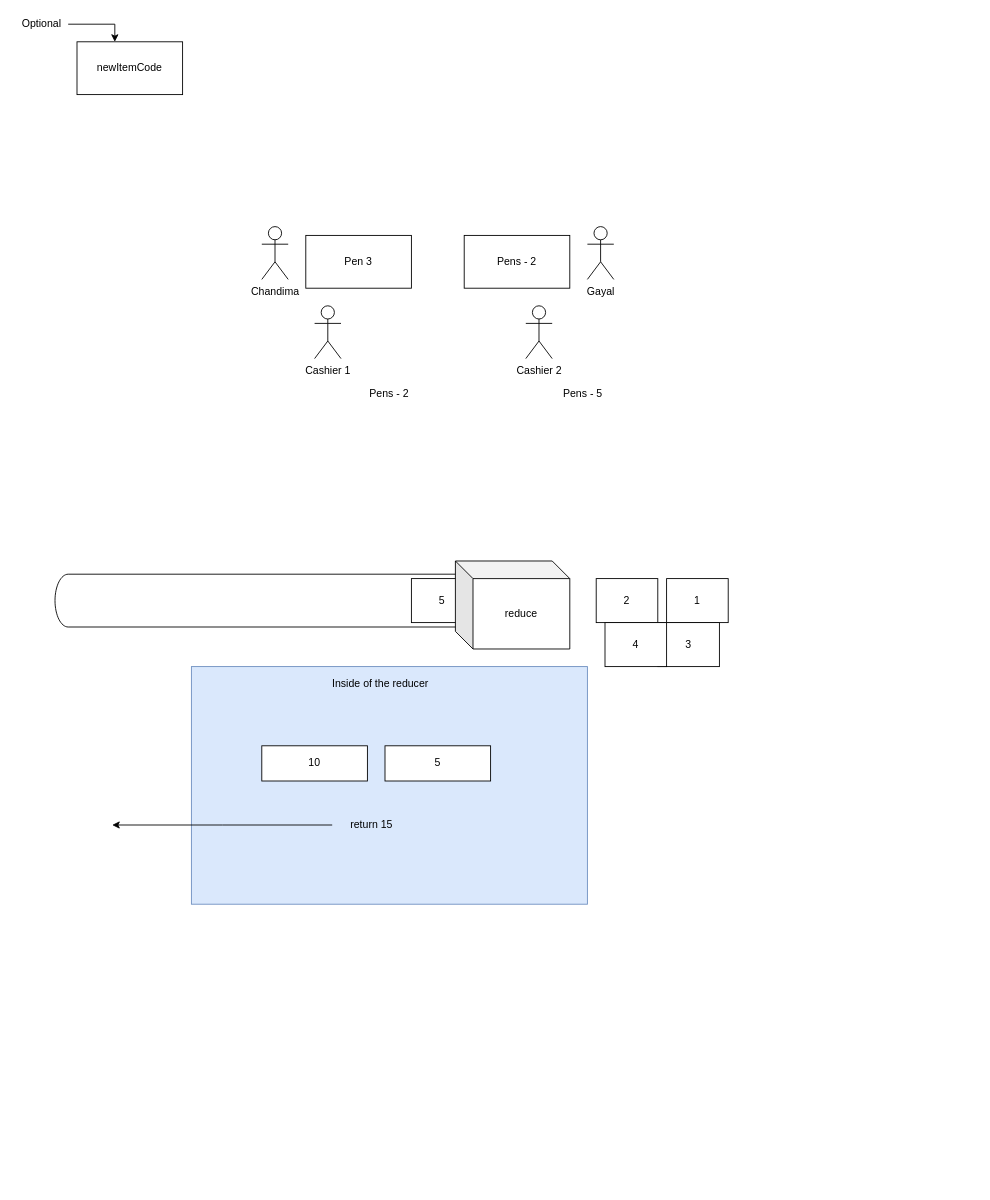
Before: assets/misc.drawio in randunuprabash/Java-fx-simple-pos-system, a draw.io diagram. Source tidied: cells renumbered, new cells numbered last; positions are measured from the earlier drawing's top-left corner, leaving out a move shared by most shapes. Both pictures are drawn from the tidied source at 88%, with x=0, y=0 at pixel (15, 15).
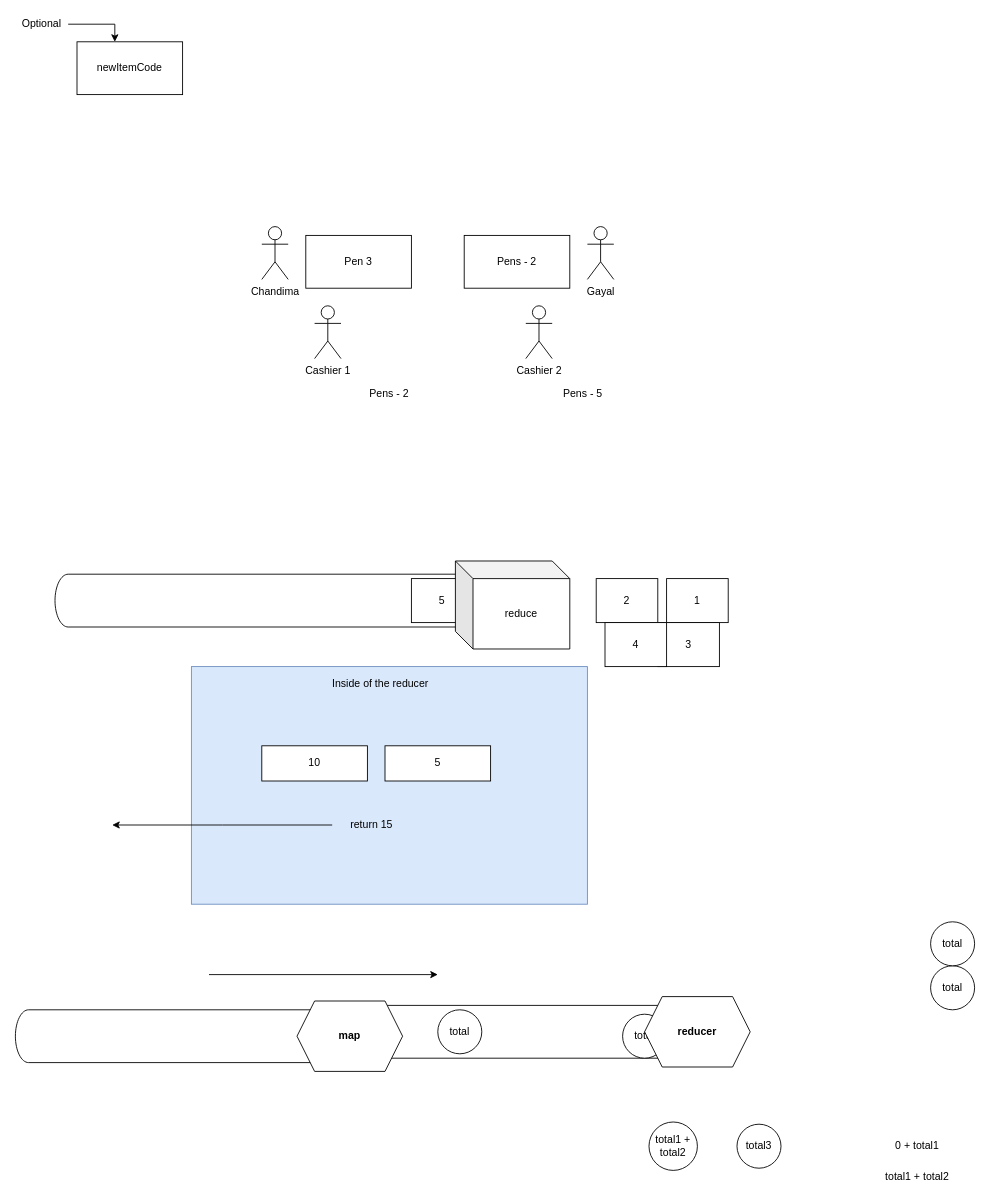
The same diagram, later.

Commit message (it also covers changes not shown here):
Revamp the total calculation with reducer

Diff of the diagram source:
```diff
@@
+    <mxCell id="26" style="shape=cylinder3;whiteSpace=wrap;html=1;boundedLbl=1;backgroundOutline=1;size=15;rotation=90;" parent="1" vertex="1">
+      <mxGeometry x="550" y="975" width="60" height="360" as="geometry" />
+    </mxCell>
@@
+    <mxCell id="27" style="shape=cylinder3;whiteSpace=wrap;html=1;boundedLbl=1;backgroundOutline=1;size=15;rotation=90;" parent="1" vertex="1">
+      <mxGeometry x="150" y="980" width="60" height="360" as="geometry" />
+    </mxCell>
+    <mxCell id="28" value="total" style="ellipse;whiteSpace=wrap;html=1;" parent="1" vertex="1">
+      <mxGeometry x="1040" y="1080" width="50" height="50" as="geometry" />
+    </mxCell>
+    <mxCell id="29" value="&lt;b&gt;map&lt;/b&gt;" style="shape=hexagon;perimeter=hexagonPerimeter2;whiteSpace=wrap;html=1;fixedSize=1;" parent="1" vertex="1">
+      <mxGeometry x="320" y="1120" width="120" height="80" as="geometry" />
+    </mxCell>
+    <mxCell id="30" value="total3" style="ellipse;whiteSpace=wrap;html=1;" parent="1" vertex="1">
+      <mxGeometry x="820" y="1260" width="50" height="50" as="geometry" />
+    </mxCell>
+    <mxCell id="31" value="total" style="ellipse;whiteSpace=wrap;html=1;" parent="1" vertex="1">
+      <mxGeometry x="690" y="1135" width="50" height="50" as="geometry" />
+    </mxCell>
+    <mxCell id="32" value="total" style="ellipse;whiteSpace=wrap;html=1;" parent="1" vertex="1">
+      <mxGeometry x="480" y="1130" width="50" height="50" as="geometry" />
+    </mxCell>
+    <mxCell id="33" style="endArrow=classic;html=1;" parent="1" edge="1">
+      <mxGeometry relative="1" as="geometry">
+        <mxPoint x="220" y="1090" as="sourcePoint" />
+        <mxPoint x="480" y="1090" as="targetPoint" />
+      </mxGeometry>
+    </mxCell>
+    <mxCell id="34" value="&lt;b&gt;reducer&lt;/b&gt;" style="shape=hexagon;perimeter=hexagonPerimeter2;whiteSpace=wrap;html=1;fixedSize=1;" parent="1" vertex="1">
+      <mxGeometry x="715" y="1115" width="120" height="80" as="geometry" />
+    </mxCell>
+    <mxCell id="35" value="total1 + total2" style="ellipse;whiteSpace=wrap;html=1;" parent="1" vertex="1">
+      <mxGeometry x="720" y="1257.5" width="55" height="55" as="geometry" />
+    </mxCell>
+    <mxCell id="36" value="total" style="ellipse;whiteSpace=wrap;html=1;" parent="1" vertex="1">
+      <mxGeometry x="1040" y="1030" width="50" height="50" as="geometry" />
+    </mxCell>
+    <mxCell id="37" value="0 + total1" style="text;html=1;strokeColor=none;fillColor=none;align=center;verticalAlign=middle;whiteSpace=wrap;rounded=0;" parent="1" vertex="1">
+      <mxGeometry x="980" y="1275" width="90" height="20" as="geometry" />
+    </mxCell>
+    <mxCell id="38" value="total1 + total2" style="text;html=1;strokeColor=none;fillColor=none;align=center;verticalAlign=middle;whiteSpace=wrap;rounded=0;" parent="1" vertex="1">
+      <mxGeometry x="980" y="1310" width="90" height="20" as="geometry" />
+    </mxCell>
```
